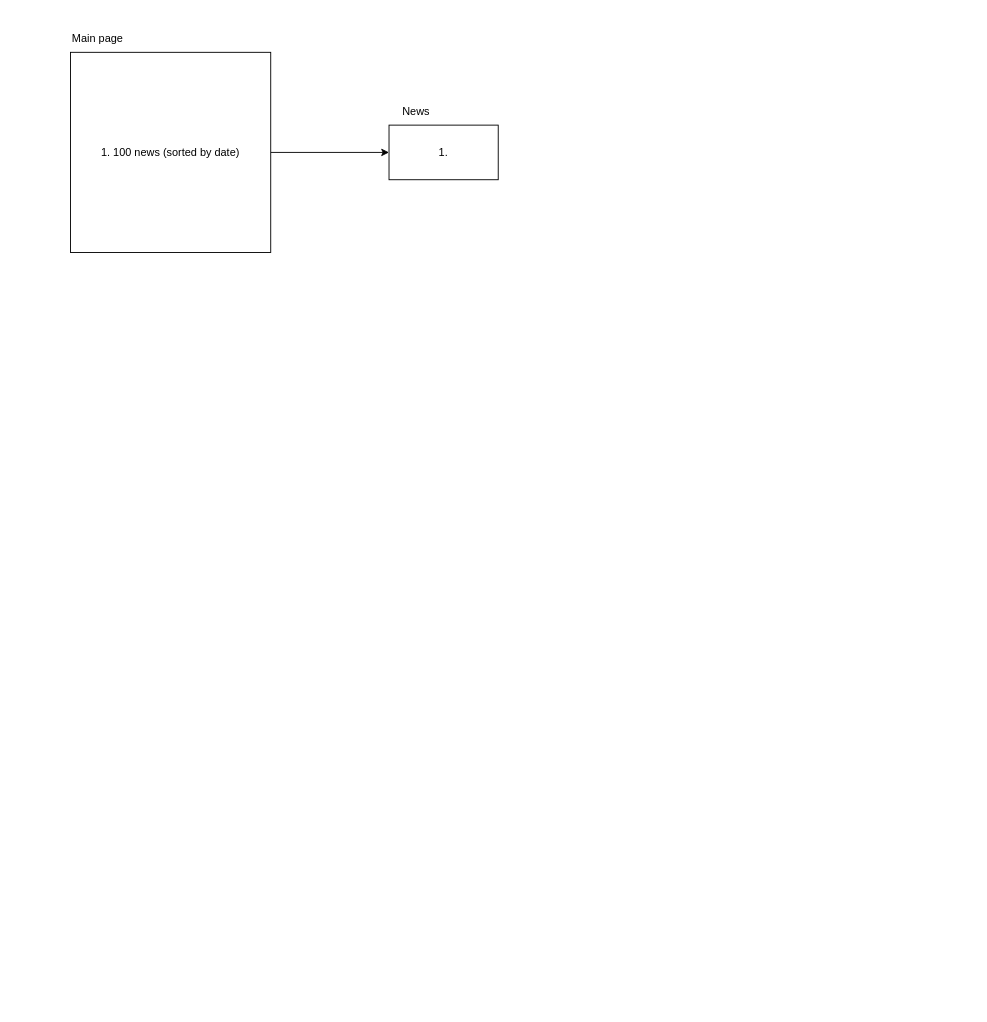
Earlier version of the draw.io diagram Untitled Diagram.drawio (Aleksey-Kornienko-xsolla/test). Source tidied: cells renumbered, new cells numbered last; positions are measured from the earlier drawing's top-left corner, leaving out a move shared by most shapes. Both pictures are drawn from the tidied source at 91%, with x=0, y=0 at pixel (70, 25).
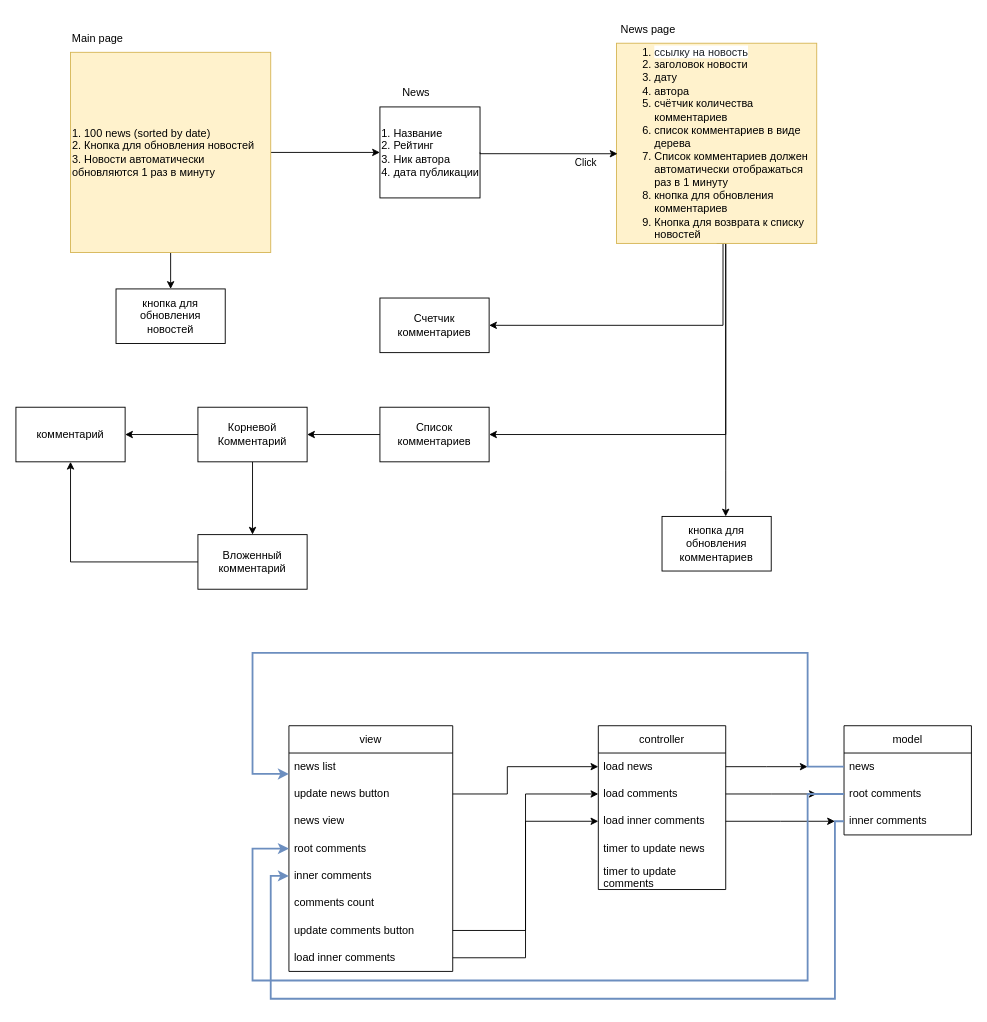
Above is the later version.

Diff of the diagram source:
```diff
@@
+    <mxCell id="7" style="edgeStyle=orthogonalEdgeStyle;rounded=0;jettySize=auto;html=1;" parent="1" edge="1" source="3" target="24">
+      <mxGeometry relative="1" as="geometry" />
+    </mxCell>
-    <mxCell id="3" value="1. 100 news (sorted by date)" style="whiteSpace=wrap;html=1;" parent="1" vertex="1">
+    <mxCell id="3" value="1. 100 news (sorted by date)&lt;div&gt;2. Кнопка для обновления новостей&lt;/div&gt;&lt;div&gt;3. Новости автоматически обновляются 1 раз в минуту&lt;/div&gt;" style="whiteSpace=wrap;html=1;align=left;fillColor=#fff2cc;strokeColor=#d6b656;" parent="1" vertex="1">
       <mxGeometry y="30" width="220" height="220" as="geometry" />
     </mxCell>
@@
-    <mxCell id="5" value="1." style="whiteSpace=wrap;html=1;" parent="1" vertex="1">
-      <mxGeometry x="350" y="110" width="120" height="60" as="geometry" />
+    <mxCell id="5" value="1. Название&lt;div&gt;2. Рейтинг&lt;/div&gt;&lt;div&gt;3. Ник автора&lt;/div&gt;&lt;div&gt;4. дата публикации&lt;/div&gt;" style="whiteSpace=wrap;html=1;align=left;" parent="1" vertex="1">
+      <mxGeometry x="340" y="90" width="110" height="100" as="geometry" />
     </mxCell>
     <mxCell id="6" value="News" style="text;html=1;align=center;verticalAlign=middle;whiteSpace=wrap;rounded=0;" parent="1" vertex="1">
-      <mxGeometry x="350" y="80" width="60" height="30" as="geometry" />
+      <mxGeometry x="350" y="60" width="60" height="30" as="geometry" />
     </mxCell>
+    <mxCell id="8" style="edgeStyle=orthogonalEdgeStyle;rounded=0;jettySize=auto;html=1;entryX=1;entryY=0.5;entryDx=0;entryDy=0;exitX=0.532;exitY=1.002;exitDx=0;exitDy=0;exitPerimeter=0;" parent="1" edge="1" source="11" target="15">
+      <mxGeometry relative="1" as="geometry" />
+    </mxCell>
+    <mxCell id="9" style="edgeStyle=orthogonalEdgeStyle;rounded=0;jettySize=auto;html=1;exitX=0.5;exitY=1;exitDx=0;exitDy=0;entryX=1;entryY=0.5;entryDx=0;entryDy=0;" parent="1" edge="1" source="11" target="17">
+      <mxGeometry relative="1" as="geometry">
+        <Array as="points">
+          <mxPoint x="720" y="240" />
+          <mxPoint x="720" y="450" />
+        </Array>
+      </mxGeometry>
+    </mxCell>
+    <mxCell id="10" style="edgeStyle=orthogonalEdgeStyle;rounded=0;jettySize=auto;html=1;" parent="1" edge="1" source="11" target="25">
+      <mxGeometry relative="1" as="geometry">
+        <Array as="points">
+          <mxPoint x="720" y="490" />
+          <mxPoint x="720" y="490" />
+        </Array>
+      </mxGeometry>
+    </mxCell>
+    <mxCell id="11" value="&lt;ol&gt;&lt;li&gt;&lt;span style=&quot;background-color: rgb(255, 255, 255); color: rgb(31, 35, 40);&quot;&gt;ссылку на новость&lt;/span&gt;&lt;br&gt;&lt;/li&gt;&lt;li&gt;заголовок новости&lt;/li&gt;&lt;li&gt;дату&lt;/li&gt;&lt;li&gt;автора&lt;/li&gt;&lt;li&gt;счётчик количества комментариев&lt;/li&gt;&lt;li&gt;список комментариев в виде дерева&lt;br&gt;&lt;/li&gt;&lt;li&gt;Список комментариев должен автоматически отображаться раз в 1 минуту&lt;/li&gt;&lt;li&gt;кнопка для обновления комментариев&lt;/li&gt;&lt;li&gt;Кнопка для возврата к списку новостей&lt;/li&gt;&lt;/ol&gt;" style="whiteSpace=wrap;html=1;align=left;fillColor=#fff2cc;strokeColor=#d6b656;" parent="1" vertex="1">
+      <mxGeometry x="600" y="20" width="220" height="220" as="geometry" />
+    </mxCell>
+    <mxCell id="12" value="News page" style="text;html=1;align=center;verticalAlign=middle;whiteSpace=wrap;rounded=0;" parent="1" vertex="1">
+      <mxGeometry x="600" y="-10" width="70" height="30" as="geometry" />
+    </mxCell>
+    <mxCell id="13" style="edgeStyle=orthogonalEdgeStyle;rounded=0;jettySize=auto;html=1;entryX=0.005;entryY=0.552;entryDx=0;entryDy=0;entryPerimeter=0;exitX=1;exitY=0.5;exitDx=0;exitDy=0;" parent="1" edge="1" source="5" target="11">
+      <mxGeometry relative="1" as="geometry">
+        <Array as="points">
+          <mxPoint x="450" y="141" />
+        </Array>
+      </mxGeometry>
+    </mxCell>
+    <mxCell id="14" value="Click" style="edgeLabel;html=1;align=center;verticalAlign=middle;" parent="13" vertex="1">
+      <mxGeometry x="0.56" y="-2" relative="1" as="geometry">
+        <mxPoint x="-2" y="7" as="offset" />
+      </mxGeometry>
+    </mxCell>
+    <mxCell id="15" value="Счетчик комментариев" style="rounded=0;whiteSpace=wrap;html=1;" parent="1" vertex="1">
+      <mxGeometry x="340" y="300" width="120" height="60" as="geometry" />
+    </mxCell>
+    <mxCell id="16" style="edgeStyle=orthogonalEdgeStyle;rounded=0;jettySize=auto;html=1;" parent="1" edge="1" source="17" target="20">
+      <mxGeometry relative="1" as="geometry" />
+    </mxCell>
+    <mxCell id="17" value="Список комментариев" style="rounded=0;whiteSpace=wrap;html=1;" parent="1" vertex="1">
+      <mxGeometry x="340" y="420" width="120" height="60" as="geometry" />
+    </mxCell>
+    <mxCell id="18" style="edgeStyle=orthogonalEdgeStyle;rounded=0;jettySize=auto;html=1;" parent="1" edge="1" source="20" target="22">
+      <mxGeometry relative="1" as="geometry" />
+    </mxCell>
+    <mxCell id="19" style="edgeStyle=orthogonalEdgeStyle;rounded=0;jettySize=auto;html=1;" parent="1" edge="1" source="20" target="23">
+      <mxGeometry relative="1" as="geometry" />
+    </mxCell>
+    <mxCell id="20" value="Корневой Комментарий" style="whiteSpace=wrap;html=1;rounded=0;" parent="1" vertex="1">
+      <mxGeometry x="140" y="420" width="120" height="60" as="geometry" />
+    </mxCell>
+    <mxCell id="21" style="edgeStyle=orthogonalEdgeStyle;rounded=0;jettySize=auto;html=1;entryX=0.5;entryY=1;entryDx=0;entryDy=0;" parent="1" edge="1" source="22" target="23">
+      <mxGeometry relative="1" as="geometry" />
+    </mxCell>
+    <mxCell id="22" value="Вложенный комментарий" style="whiteSpace=wrap;html=1;rounded=0;" parent="1" vertex="1">
+      <mxGeometry x="140" y="560" width="120" height="60" as="geometry" />
+    </mxCell>
+    <mxCell id="23" value="комментарий" style="whiteSpace=wrap;html=1;rounded=0;" parent="1" vertex="1">
+      <mxGeometry x="-60" y="420" width="120" height="60" as="geometry" />
+    </mxCell>
+    <mxCell id="24" value="кнопка для обновления новостей" style="whiteSpace=wrap;html=1;align=center;" parent="1" vertex="1">
+      <mxGeometry x="50" y="290" width="120" height="60" as="geometry" />
+    </mxCell>
+    <mxCell id="25" value="кнопка для обновления комментариев" style="whiteSpace=wrap;html=1;align=center;" parent="1" vertex="1">
+      <mxGeometry x="650" y="540" width="120" height="60" as="geometry" />
+    </mxCell>
+    <mxCell id="26" value="controller" style="swimlane;fontStyle=0;horizontal=1;startSize=30;whiteSpace=wrap;html=1;" parent="1" vertex="1">
+      <mxGeometry x="580" y="770" width="140" height="180" as="geometry" />
+    </mxCell>
+    <mxCell id="27" style="edgeStyle=orthogonalEdgeStyle;rounded=0;jettySize=auto;html=1;" parent="26" edge="1" source="28">
+      <mxGeometry relative="1" as="geometry">
+        <mxPoint x="230" y="45" as="targetPoint" />
+      </mxGeometry>
+    </mxCell>
+    <mxCell id="28" value="load news" style="text;strokeColor=none;fillColor=none;align=left;verticalAlign=middle;spacingLeft=4;spacingRight=4;overflow=hidden;points=[[0,0.5],[1,0.5]];portConstraint=eastwest;whiteSpace=wrap;html=1;" parent="26" vertex="1">
+      <mxGeometry y="30" width="140" height="30" as="geometry" />
+    </mxCell>
+    <mxCell id="29" style="edgeStyle=orthogonalEdgeStyle;rounded=0;jettySize=auto;html=1;" parent="26" edge="1" source="30">
+      <mxGeometry relative="1" as="geometry">
+        <mxPoint x="240" y="75" as="targetPoint" />
+      </mxGeometry>
+    </mxCell>
+    <mxCell id="30" value="load comments" style="text;strokeColor=none;fillColor=none;align=left;verticalAlign=middle;spacingLeft=4;spacingRight=4;overflow=hidden;points=[[0,0.5],[1,0.5]];portConstraint=eastwest;whiteSpace=wrap;html=1;" parent="26" vertex="1">
+      <mxGeometry y="60" width="140" height="30" as="geometry" />
+    </mxCell>
+    <mxCell id="31" style="edgeStyle=orthogonalEdgeStyle;rounded=0;jettySize=auto;html=1;" parent="26" edge="1" source="32">
+      <mxGeometry relative="1" as="geometry">
+        <mxPoint x="260" y="105" as="targetPoint" />
+      </mxGeometry>
+    </mxCell>
+    <mxCell id="32" value="load inner comments" style="text;strokeColor=none;fillColor=none;align=left;verticalAlign=middle;spacingLeft=4;spacingRight=4;overflow=hidden;points=[[0,0.5],[1,0.5]];portConstraint=eastwest;whiteSpace=wrap;html=1;" parent="26" vertex="1">
+      <mxGeometry y="90" width="140" height="30" as="geometry" />
+    </mxCell>
+    <mxCell id="33" value="timer to update news" style="text;strokeColor=none;fillColor=none;align=left;verticalAlign=middle;spacingLeft=4;spacingRight=4;overflow=hidden;whiteSpace=wrap;html=1;" parent="26" vertex="1">
+      <mxGeometry y="120" width="140" height="30" as="geometry" />
+    </mxCell>
+    <mxCell id="34" value="timer to update comments" style="text;strokeColor=none;fillColor=none;align=left;verticalAlign=middle;spacingLeft=4;spacingRight=4;overflow=hidden;whiteSpace=wrap;html=1;" parent="26" vertex="1">
+      <mxGeometry y="150" width="140" height="30" as="geometry" />
+    </mxCell>
+    <mxCell id="35" value="model" style="swimlane;fontStyle=0;horizontal=1;startSize=30;whiteSpace=wrap;html=1;" parent="1" vertex="1">
+      <mxGeometry x="850" y="770" width="140" height="120" as="geometry" />
+    </mxCell>
+    <mxCell id="36" value="news" style="text;strokeColor=none;fillColor=none;align=left;verticalAlign=middle;spacingLeft=4;spacingRight=4;overflow=hidden;points=[[0,0.5],[1,0.5]];portConstraint=eastwest;whiteSpace=wrap;html=1;" parent="35" vertex="1">
+      <mxGeometry y="30" width="140" height="30" as="geometry" />
+    </mxCell>
+    <mxCell id="37" value="root comments" style="text;strokeColor=none;fillColor=none;align=left;verticalAlign=middle;spacingLeft=4;spacingRight=4;overflow=hidden;points=[[0,0.5],[1,0.5]];portConstraint=eastwest;whiteSpace=wrap;html=1;" parent="35" vertex="1">
+      <mxGeometry y="60" width="140" height="30" as="geometry" />
+    </mxCell>
+    <mxCell id="38" value="inner comments" style="text;strokeColor=none;fillColor=none;align=left;verticalAlign=middle;spacingLeft=4;spacingRight=4;overflow=hidden;points=[[0,0.5],[1,0.5]];portConstraint=eastwest;whiteSpace=wrap;html=1;" parent="35" vertex="1">
+      <mxGeometry y="90" width="140" height="30" as="geometry" />
+    </mxCell>
+    <mxCell id="39" value="view" style="swimlane;fontStyle=0;horizontal=1;startSize=30;whiteSpace=wrap;html=1;direction=east;" parent="1" vertex="1">
+      <mxGeometry x="240" y="770" width="180" height="270" as="geometry" />
+    </mxCell>
+    <mxCell id="40" value="news list" style="text;strokeColor=none;fillColor=none;align=left;verticalAlign=middle;spacingLeft=4;spacingRight=4;overflow=hidden;whiteSpace=wrap;html=1;" parent="39" vertex="1">
+      <mxGeometry y="30" width="180" height="30" as="geometry" />
+    </mxCell>
+    <mxCell id="41" value="update news button" style="text;strokeColor=none;fillColor=none;align=left;verticalAlign=middle;spacingLeft=4;spacingRight=4;overflow=hidden;points=[[0,0.5],[1,0.5]];portConstraint=eastwest;whiteSpace=wrap;html=1;" parent="39" vertex="1">
+      <mxGeometry y="60" width="180" height="30" as="geometry" />
+    </mxCell>
+    <mxCell id="42" value="news view" style="text;strokeColor=none;fillColor=none;align=left;verticalAlign=middle;spacingLeft=4;spacingRight=4;overflow=hidden;whiteSpace=wrap;html=1;" parent="39" vertex="1">
+      <mxGeometry y="90" width="180" height="30" as="geometry" />
+    </mxCell>
+    <mxCell id="43" value="root comments" style="text;strokeColor=none;fillColor=none;align=left;verticalAlign=middle;spacingLeft=4;spacingRight=4;overflow=hidden;points=[[0,0.5],[1,0.5]];portConstraint=eastwest;whiteSpace=wrap;html=1;" parent="39" vertex="1">
+      <mxGeometry y="120" width="180" height="30" as="geometry" />
+    </mxCell>
+    <mxCell id="44" value="inner comments" style="text;strokeColor=none;fillColor=none;align=left;verticalAlign=middle;spacingLeft=4;spacingRight=4;overflow=hidden;points=[[0,0.5],[1,0.5]];portConstraint=eastwest;whiteSpace=wrap;html=1;" parent="39" vertex="1">
+      <mxGeometry y="150" width="180" height="30" as="geometry" />
+    </mxCell>
+    <mxCell id="45" value="comments count" style="text;strokeColor=none;fillColor=none;align=left;verticalAlign=middle;spacingLeft=4;spacingRight=4;overflow=hidden;whiteSpace=wrap;html=1;" parent="39" vertex="1">
+      <mxGeometry y="180" width="180" height="30" as="geometry" />
+    </mxCell>
+    <mxCell id="46" value="update comments button" style="text;strokeColor=none;fillColor=none;align=left;verticalAlign=middle;spacingLeft=4;spacingRight=4;overflow=hidden;points=[[0,0.5],[1,0.5]];portConstraint=eastwest;whiteSpace=wrap;html=1;" parent="39" vertex="1">
+      <mxGeometry y="210" width="180" height="30" as="geometry" />
+    </mxCell>
+    <mxCell id="47" value="load inner comments" style="text;strokeColor=none;fillColor=none;align=left;verticalAlign=middle;spacingLeft=4;spacingRight=4;overflow=hidden;points=[[0,0.5],[1,0.5]];portConstraint=eastwest;whiteSpace=wrap;html=1;" parent="39" vertex="1">
+      <mxGeometry y="240" width="180" height="30" as="geometry" />
+    </mxCell>
+    <mxCell id="48" style="edgeStyle=orthogonalEdgeStyle;rounded=0;jettySize=auto;html=1;exitX=0;exitY=0.5;exitDx=0;exitDy=0;strokeWidth=2;fillColor=#dae8fc;strokeColor=#6c8ebf;" parent="1" edge="1" source="36">
+      <mxGeometry relative="1" as="geometry">
+        <mxPoint x="240" y="823" as="targetPoint" />
+        <Array as="points">
+          <mxPoint x="810" y="815" />
+          <mxPoint x="810" y="690" />
+          <mxPoint x="200" y="690" />
+          <mxPoint x="200" y="823" />
+        </Array>
+      </mxGeometry>
+    </mxCell>
+    <mxCell id="49" style="edgeStyle=orthogonalEdgeStyle;rounded=0;jettySize=auto;html=1;entryX=0;entryY=0.5;entryDx=0;entryDy=0;exitX=0;exitY=0.5;exitDx=0;exitDy=0;fillColor=#dae8fc;strokeColor=#6c8ebf;strokeWidth=2;" parent="1" edge="1" source="37" target="43">
+      <mxGeometry relative="1" as="geometry">
+        <Array as="points">
+          <mxPoint x="810" y="845" />
+          <mxPoint x="810" y="1050" />
+          <mxPoint x="200" y="1050" />
+          <mxPoint x="200" y="905" />
+        </Array>
+      </mxGeometry>
+    </mxCell>
+    <mxCell id="50" style="edgeStyle=orthogonalEdgeStyle;rounded=0;jettySize=auto;html=1;entryX=0;entryY=0.5;entryDx=0;entryDy=0;" parent="1" edge="1" source="41" target="28">
+      <mxGeometry relative="1" as="geometry">
+        <Array as="points">
+          <mxPoint x="480" y="845" />
+          <mxPoint x="480" y="815" />
+        </Array>
+      </mxGeometry>
+    </mxCell>
+    <mxCell id="51" style="edgeStyle=orthogonalEdgeStyle;rounded=0;jettySize=auto;html=1;entryX=0;entryY=0.5;entryDx=0;entryDy=0;" parent="1" edge="1" source="46" target="30">
+      <mxGeometry relative="1" as="geometry" />
+    </mxCell>
+    <mxCell id="52" style="edgeStyle=orthogonalEdgeStyle;rounded=0;jettySize=auto;html=1;entryX=0;entryY=0.5;entryDx=0;entryDy=0;" parent="1" edge="1" source="47" target="32">
+      <mxGeometry relative="1" as="geometry" />
+    </mxCell>
+    <mxCell id="53" style="edgeStyle=orthogonalEdgeStyle;rounded=0;jettySize=auto;html=1;entryX=0;entryY=0.5;entryDx=0;entryDy=0;exitX=0;exitY=0.5;exitDx=0;exitDy=0;fillColor=#dae8fc;strokeColor=#6c8ebf;strokeWidth=2;" parent="1" edge="1" source="38" target="44">
+      <mxGeometry relative="1" as="geometry">
+        <Array as="points">
+          <mxPoint x="840" y="875" />
+          <mxPoint x="840" y="1070" />
+          <mxPoint x="220" y="1070" />
+          <mxPoint x="220" y="935" />
+        </Array>
+      </mxGeometry>
+    </mxCell>
```
